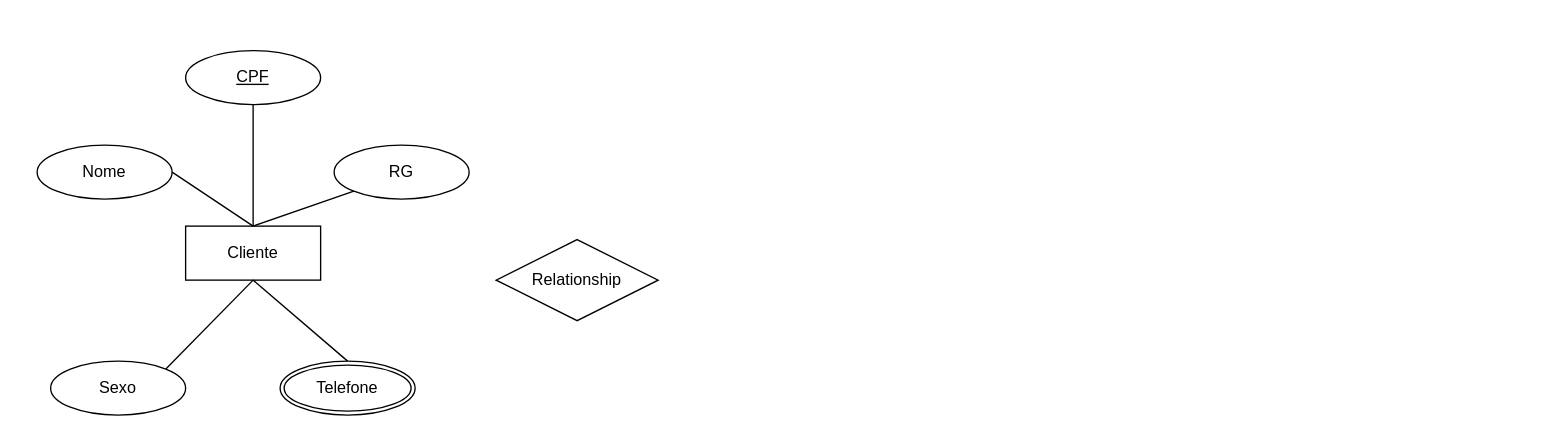
edson1sousa/diagramas keeps this draw.io diagram as Diagrama sem nome.drawio. Above is the earlier version. Source tidied: cells renumbered, new cells numbered last; positions are measured from the earlier drawing's top-left corner, leaving out a move shared by most shapes. Both pictures are drawn from the tidied source at 135%, with x=0, y=0 at pixel (36, 50).
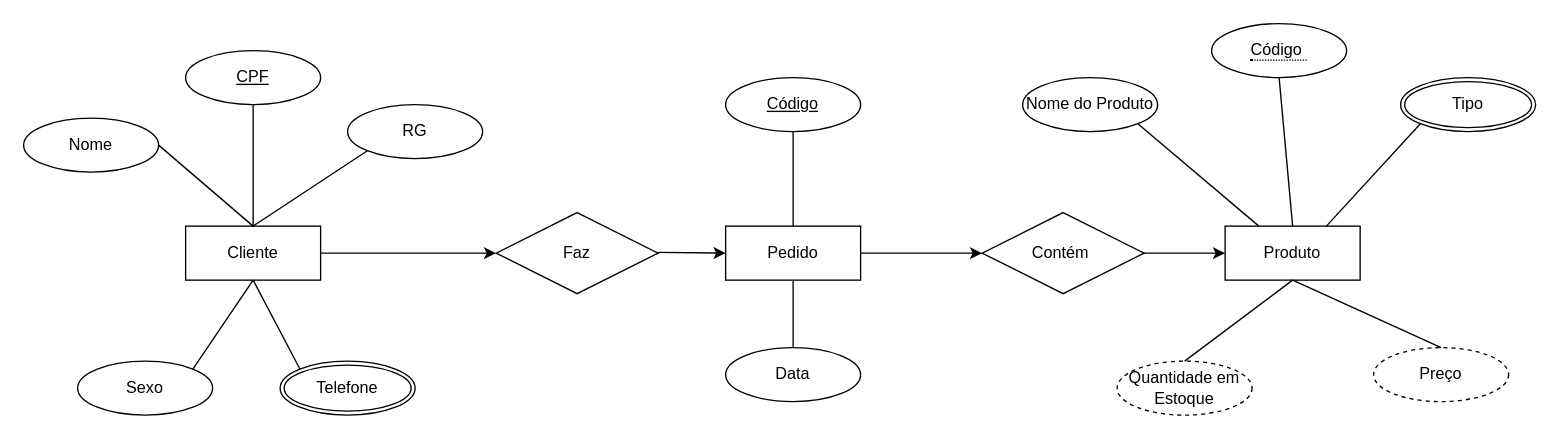
The same diagram, later.

The change refers to these unchanged cells:
```xml
<mxCell id="2" value="Cliente" style="whiteSpace=wrap;html=1;align=center;" parent="1" vertex="1">
  <mxGeometry x="110" y="130" width="100" height="40" as="geometry" />
</mxCell>
<mxCell id="6" value="Telefone" style="ellipse;shape=doubleEllipse;margin=3;whiteSpace=wrap;html=1;align=center;" parent="1" vertex="1">
  <mxGeometry x="180" y="230" width="100" height="40" as="geometry" />
</mxCell>
```

The edit, as a diff of the source:
```diff
@@
     <mxCell id="4" value="Sexo" style="ellipse;whiteSpace=wrap;html=1;align=center;" parent="1" vertex="1">
-      <mxGeometry x="10" y="230" width="100" height="40" as="geometry" />
+      <mxGeometry x="30" y="230" width="100" height="40" as="geometry" />
     </mxCell>
     <mxCell id="5" value="RG" style="ellipse;whiteSpace=wrap;html=1;align=center;" parent="1" vertex="1">
-      <mxGeometry x="220" y="70" width="100" height="40" as="geometry" />
+      <mxGeometry x="230" y="40" width="100" height="40" as="geometry" />
     </mxCell>
@@
     <mxCell id="7" value="Nome" style="ellipse;whiteSpace=wrap;html=1;align=center;" parent="1" vertex="1">
-      <mxGeometry y="70" width="100" height="40" as="geometry" />
+      <mxGeometry x="-10" y="50" width="100" height="40" as="geometry" />
     </mxCell>
-    <mxCell id="8" value="Relationship" style="shape=rhombus;perimeter=rhombusPerimeter;whiteSpace=wrap;html=1;align=center;" parent="1" vertex="1">
-      <mxGeometry x="340" y="140" width="120" height="60" as="geometry" />
+    <mxCell id="8" value="Faz" style="shape=rhombus;perimeter=rhombusPerimeter;whiteSpace=wrap;html=1;align=center;" parent="1" vertex="1">
+      <mxGeometry x="340" y="120" width="120" height="60" as="geometry" />
     </mxCell>
@@
-    <mxCell id="10" style="endArrow=none;html=1;rounded=0;entryX=0.5;entryY=0;entryDx=0;entryDy=0;exitX=0.5;exitY=1;exitDx=0;exitDy=0;" parent="1" edge="1" source="2" target="6">
+    <mxCell id="10" style="endArrow=none;html=1;rounded=0;entryX=0;entryY=0;entryDx=0;entryDy=0;exitX=0.5;exitY=1;exitDx=0;exitDy=0;" parent="1" edge="1" source="2" target="6">
       <mxGeometry relative="1" as="geometry" />
     </mxCell>
@@
+    <mxCell id="14" value="Produto" style="whiteSpace=wrap;html=1;align=center;" parent="1" vertex="1">
+      <mxGeometry x="880" y="130" width="100" height="40" as="geometry" />
+    </mxCell>
+    <mxCell id="15" value="&lt;span style=&quot;border-bottom: 1px dotted&quot;&gt;Código&amp;nbsp;&lt;/span&gt;" style="ellipse;whiteSpace=wrap;html=1;align=center;" parent="1" vertex="1">
+      <mxGeometry x="870" y="-20" width="100" height="40" as="geometry" />
+    </mxCell>
+    <mxCell id="16" value="Preço" style="ellipse;whiteSpace=wrap;html=1;align=center;dashed=1;" parent="1" vertex="1">
+      <mxGeometry x="990" y="220" width="100" height="40" as="geometry" />
+    </mxCell>
+    <mxCell id="17" value="Tipo" style="ellipse;shape=doubleEllipse;margin=3;whiteSpace=wrap;html=1;align=center;" parent="1" vertex="1">
+      <mxGeometry x="1010" y="20" width="100" height="40" as="geometry" />
+    </mxCell>
+    <mxCell id="18" value="Nome do Produto" style="ellipse;whiteSpace=wrap;html=1;align=center;" parent="1" vertex="1">
+      <mxGeometry x="730" y="20" width="100" height="40" as="geometry" />
+    </mxCell>
+    <mxCell id="19" value="Quantidade em Estoque" style="ellipse;whiteSpace=wrap;html=1;align=center;dashed=1;" parent="1" vertex="1">
+      <mxGeometry x="800" y="230" width="100" height="40" as="geometry" />
+    </mxCell>
+    <mxCell id="20" style="endArrow=none;html=1;rounded=0;entryX=0.5;entryY=1;entryDx=0;entryDy=0;exitX=0.5;exitY=0;exitDx=0;exitDy=0;" parent="1" edge="1" source="19" target="14">
+      <mxGeometry relative="1" as="geometry" />
+    </mxCell>
+    <mxCell id="21" style="endArrow=none;html=1;rounded=0;entryX=0.5;entryY=0;entryDx=0;entryDy=0;exitX=0.5;exitY=1;exitDx=0;exitDy=0;" parent="1" edge="1" source="14" target="16">
+      <mxGeometry relative="1" as="geometry" />
+    </mxCell>
+    <mxCell id="22" style="endArrow=none;html=1;rounded=0;exitX=1;exitY=1;exitDx=0;exitDy=0;entryX=0.25;entryY=0;entryDx=0;entryDy=0;" parent="1" edge="1" source="18" target="14">
+      <mxGeometry relative="1" as="geometry" />
+    </mxCell>
+    <mxCell id="23" style="endArrow=none;html=1;rounded=0;exitX=0.5;exitY=1;exitDx=0;exitDy=0;entryX=0.5;entryY=0;entryDx=0;entryDy=0;" parent="1" edge="1" source="15" target="14">
+      <mxGeometry relative="1" as="geometry" />
+    </mxCell>
+    <mxCell id="24" style="endArrow=none;html=1;rounded=0;exitX=0;exitY=1;exitDx=0;exitDy=0;entryX=0.75;entryY=0;entryDx=0;entryDy=0;" parent="1" edge="1" source="17" target="14">
+      <mxGeometry relative="1" as="geometry" />
+    </mxCell>
+    <mxCell id="25" style="endArrow=classic;html=1;rounded=0;exitX=1;exitY=0.5;exitDx=0;exitDy=0;entryX=0;entryY=0.5;entryDx=0;entryDy=0;" parent="1" edge="1" source="2" target="8">
+      <mxGeometry relative="1" as="geometry" />
+    </mxCell>
+    <mxCell id="26" style="endArrow=classic;html=1;rounded=0;exitX=1;exitY=0.5;exitDx=0;exitDy=0;entryX=0;entryY=0.5;entryDx=0;entryDy=0;" parent="1" edge="1" target="27">
+      <mxGeometry relative="1" as="geometry">
+        <mxPoint x="460" y="149.5" as="sourcePoint" />
+      </mxGeometry>
+    </mxCell>
+    <mxCell id="27" value="Pedido" style="whiteSpace=wrap;html=1;align=center;" parent="1" vertex="1">
+      <mxGeometry x="510" y="130" width="100" height="40" as="geometry" />
+    </mxCell>
+    <mxCell id="28" value="Código" style="ellipse;whiteSpace=wrap;html=1;align=center;fontStyle=4;" parent="1" vertex="1">
+      <mxGeometry x="510" y="20" width="100" height="40" as="geometry" />
+    </mxCell>
+    <mxCell id="29" style="endArrow=none;html=1;rounded=0;entryX=0.5;entryY=0;entryDx=0;entryDy=0;exitX=0.5;exitY=1;exitDx=0;exitDy=0;" parent="1" edge="1" source="28" target="27">
+      <mxGeometry relative="1" as="geometry" />
+    </mxCell>
+    <mxCell id="30" value="Data" style="ellipse;whiteSpace=wrap;html=1;align=center;" parent="1" vertex="1">
+      <mxGeometry x="510" y="220" width="100" height="40" as="geometry" />
+    </mxCell>
+    <mxCell id="31" style="endArrow=none;html=1;rounded=0;entryX=0.5;entryY=0;entryDx=0;entryDy=0;exitX=0.5;exitY=1;exitDx=0;exitDy=0;" parent="1" edge="1" source="27" target="30">
+      <mxGeometry relative="1" as="geometry" />
+    </mxCell>
+    <mxCell id="32" value="Contém&amp;nbsp;" style="shape=rhombus;perimeter=rhombusPerimeter;whiteSpace=wrap;html=1;align=center;" parent="1" vertex="1">
+      <mxGeometry x="700" y="120" width="120" height="60" as="geometry" />
+    </mxCell>
+    <mxCell id="33" style="endArrow=classic;html=1;rounded=0;entryX=0;entryY=0.5;entryDx=0;entryDy=0;exitX=1;exitY=0.5;exitDx=0;exitDy=0;" parent="1" edge="1" source="27" target="32">
+      <mxGeometry relative="1" as="geometry" />
+    </mxCell>
+    <mxCell id="34" style="endArrow=classic;html=1;rounded=0;entryX=0;entryY=0.5;entryDx=0;entryDy=0;exitX=1;exitY=0.5;exitDx=0;exitDy=0;" parent="1" edge="1" source="32" target="14">
+      <mxGeometry relative="1" as="geometry" />
+    </mxCell>
```
